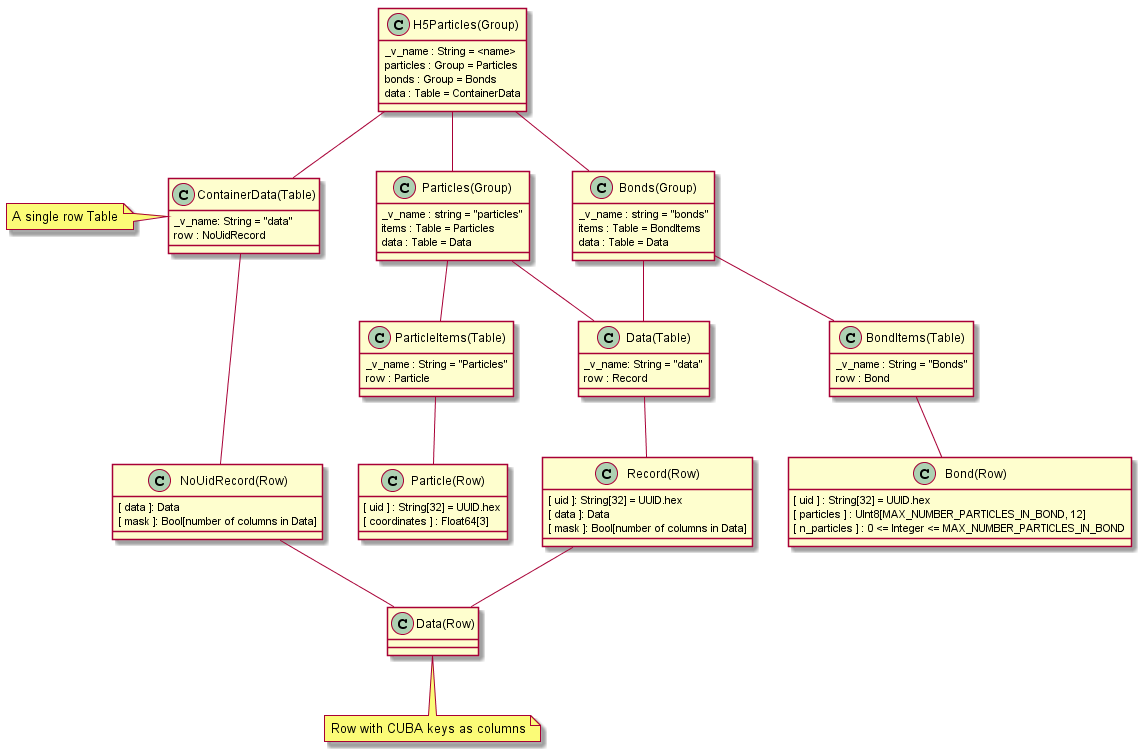
Earlier version of the PlantUML export doc/source/images/h5particles.png (simphony/simphony-common).
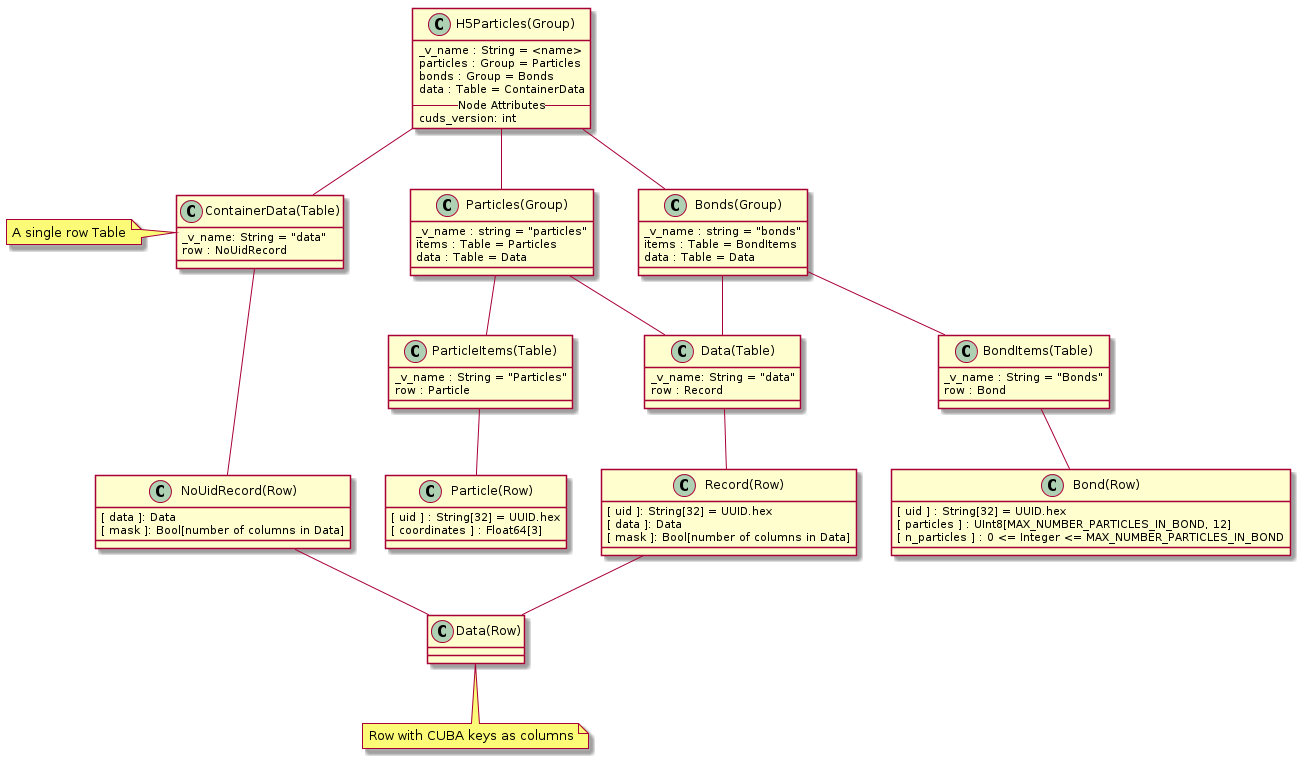
After the change.

What changed in the source:
```diff
@@ -21,6 +21,8 @@
    particles : Group = Particles
    bonds : Group = Bonds
    data : Table = ContainerData
+   -- Node Attributes --
+   cuds_version: int
 }
 
 class Particles as "Particles(Group)" {
```
